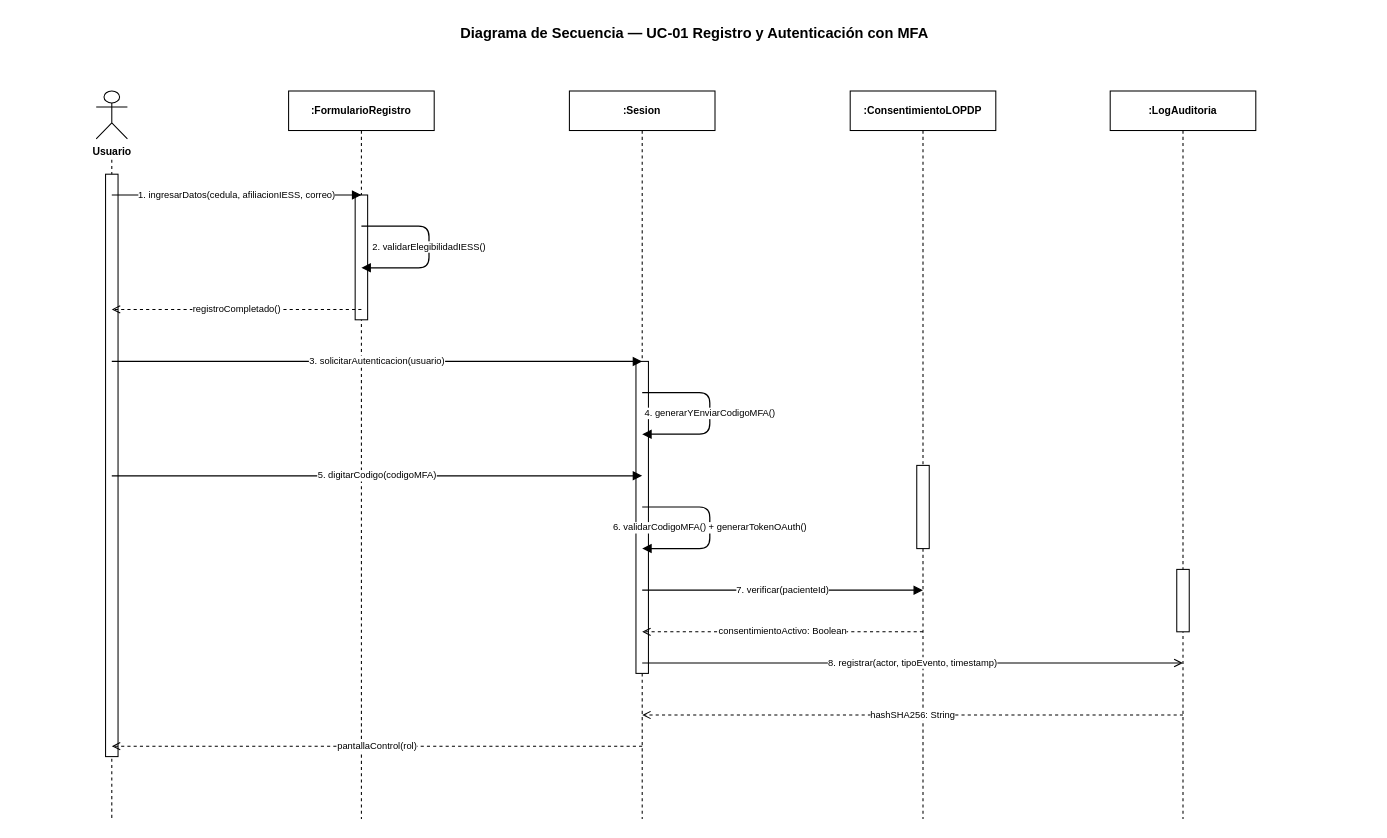
The draw.io diagram new/SAMR_Diagramas_Secuencia_v2/Seq_UC01_Registro_MFA.drawio in juliouou/IngReq1, before the edit. Source tidied: cells renumbered, new cells numbered last; positions are measured from the earlier drawing's top-left corner, leaving out a move shared by most shapes. Both pictures are drawn from the tidied source at 104%, with x=0, y=0 at pixel (18, 18).
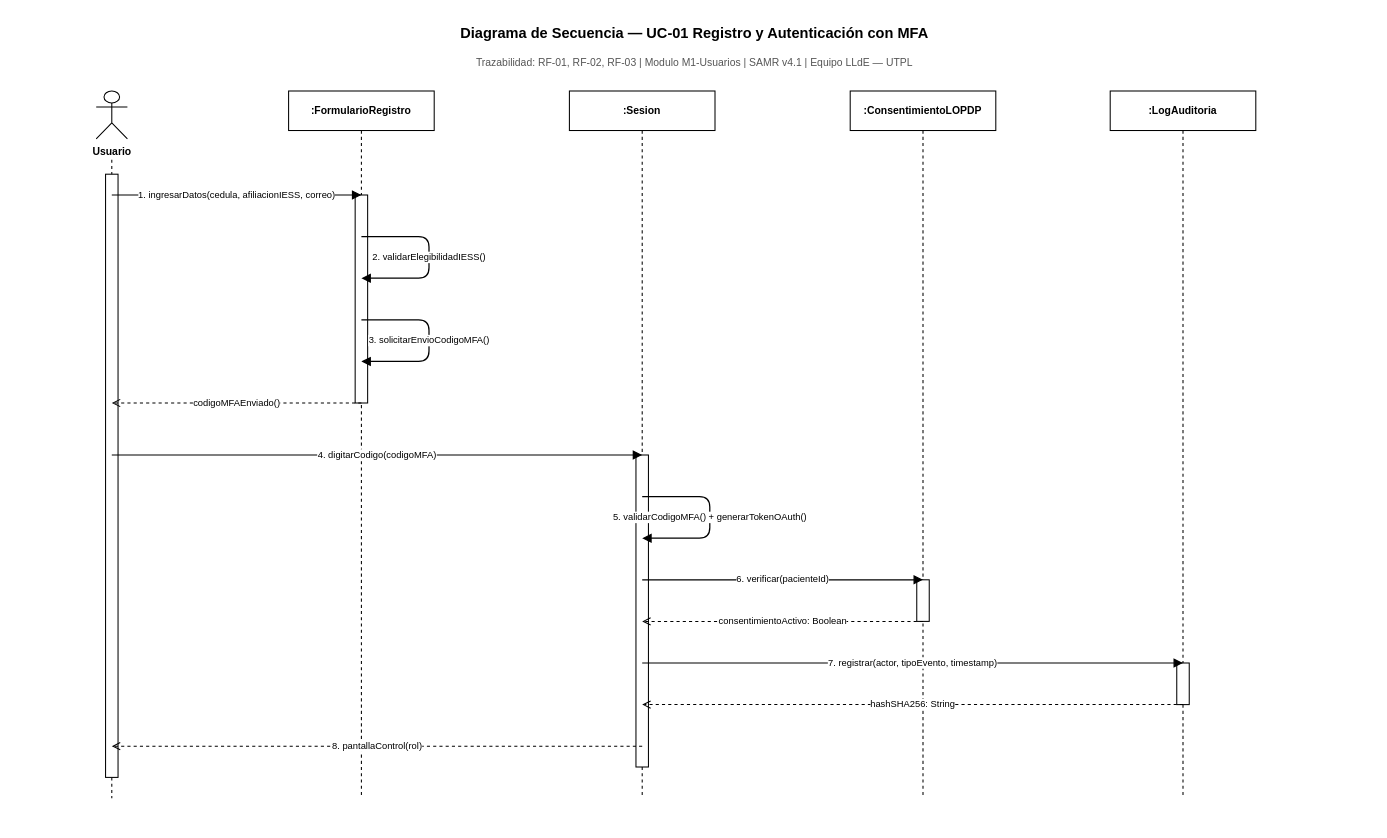
After the change.

Change to the diagram source:
```diff
@@
+    <mxCell id="31" value="Trazabilidad: RF-01, RF-02, RF-03 | Modulo M1-Usuarios | SAMR v4.1 | Equipo LLdE — UTPL" style="text;html=1;align=center;fontSize=10;fontColor=#555555;strokeColor=none;fillColor=none;" parent="1" vertex="1">
+      <mxGeometry y="30" width="1300" height="18" as="geometry" />
+    </mxCell>
@@
-    <mxCell id="5" style="html=1;strokeColor=#000000;dashed=1;endArrow=none;startArrow=none;" parent="1" edge="1">
-      <mxGeometry relative="1" as="geometry">
-        <mxPoint x="90" y="136" as="sourcePoint" />
-        <mxPoint x="90" y="770" as="targetPoint" />
-      </mxGeometry>
-    </mxCell>
+    <mxCell id="32" style="html=1;strokeColor=#000000;dashed=1;endArrow=none;startArrow=none;" parent="1" edge="1">
+      <mxGeometry relative="1" as="geometry">
+        <mxPoint x="90" y="136" as="sourcePoint" />
+        <mxPoint x="90" y="750" as="targetPoint" />
+      </mxGeometry>
+    </mxCell>
@@
-    <mxCell id="7" style="html=1;strokeColor=#000000;dashed=1;endArrow=none;startArrow=none;" parent="1" edge="1">
-      <mxGeometry relative="1" as="geometry">
-        <mxPoint x="330" y="108" as="sourcePoint" />
-        <mxPoint x="330" y="770" as="targetPoint" />
-      </mxGeometry>
-    </mxCell>
+    <mxCell id="33" style="html=1;strokeColor=#000000;dashed=1;endArrow=none;startArrow=none;" parent="1" edge="1">
+      <mxGeometry relative="1" as="geometry">
+        <mxPoint x="330" y="108" as="sourcePoint" />
+        <mxPoint x="330" y="750" as="targetPoint" />
+      </mxGeometry>
+    </mxCell>
@@
-    <mxCell id="9" style="html=1;strokeColor=#000000;dashed=1;endArrow=none;startArrow=none;" parent="1" edge="1">
-      <mxGeometry relative="1" as="geometry">
-        <mxPoint x="600" y="108" as="sourcePoint" />
-        <mxPoint x="600" y="770" as="targetPoint" />
-      </mxGeometry>
-    </mxCell>
+    <mxCell id="34" style="html=1;strokeColor=#000000;dashed=1;endArrow=none;startArrow=none;" parent="1" edge="1">
+      <mxGeometry relative="1" as="geometry">
+        <mxPoint x="600" y="108" as="sourcePoint" />
+        <mxPoint x="600" y="750" as="targetPoint" />
+      </mxGeometry>
+    </mxCell>
@@
-    <mxCell id="11" style="html=1;strokeColor=#000000;dashed=1;endArrow=none;startArrow=none;" parent="1" edge="1">
-      <mxGeometry relative="1" as="geometry">
-        <mxPoint x="870" y="108" as="sourcePoint" />
-        <mxPoint x="870" y="770" as="targetPoint" />
-      </mxGeometry>
-    </mxCell>
+    <mxCell id="35" style="html=1;strokeColor=#000000;dashed=1;endArrow=none;startArrow=none;" parent="1" edge="1">
+      <mxGeometry relative="1" as="geometry">
+        <mxPoint x="870" y="108" as="sourcePoint" />
+        <mxPoint x="870" y="750" as="targetPoint" />
+      </mxGeometry>
+    </mxCell>
@@
-    <mxCell id="13" style="html=1;strokeColor=#000000;dashed=1;endArrow=none;startArrow=none;" parent="1" edge="1">
-      <mxGeometry relative="1" as="geometry">
-        <mxPoint x="1120" y="108" as="sourcePoint" />
-        <mxPoint x="1120" y="770" as="targetPoint" />
-      </mxGeometry>
-    </mxCell>
-    <mxCell id="14" style="html=1;fillColor=#FFFFFF;strokeColor=#000000;" parent="1" vertex="1">
-      <mxGeometry x="84" y="150" width="12" height="560" as="geometry" />
-    </mxCell>
-    <mxCell id="15" style="html=1;fillColor=#FFFFFF;strokeColor=#000000;" parent="1" vertex="1">
-      <mxGeometry x="324" y="170" width="12" height="120" as="geometry" />
-    </mxCell>
-    <mxCell id="16" style="html=1;fillColor=#FFFFFF;strokeColor=#000000;" parent="1" vertex="1">
-      <mxGeometry x="594" y="330" width="12" height="300" as="geometry" />
-    </mxCell>
-    <mxCell id="17" style="html=1;fillColor=#FFFFFF;strokeColor=#000000;" parent="1" vertex="1">
-      <mxGeometry x="864" y="430" width="12" height="80" as="geometry" />
-    </mxCell>
-    <mxCell id="18" style="html=1;fillColor=#FFFFFF;strokeColor=#000000;" parent="1" vertex="1">
-      <mxGeometry x="1114" y="530" width="12" height="60" as="geometry" />
-    </mxCell>
+    <mxCell id="36" style="html=1;strokeColor=#000000;dashed=1;endArrow=none;startArrow=none;" parent="1" edge="1">
+      <mxGeometry relative="1" as="geometry">
+        <mxPoint x="1120" y="108" as="sourcePoint" />
+        <mxPoint x="1120" y="750" as="targetPoint" />
+      </mxGeometry>
+    </mxCell>
+    <mxCell id="37" style="html=1;fillColor=#FFFFFF;strokeColor=#000000;" parent="1" vertex="1">
+      <mxGeometry x="84" y="150" width="12" height="580" as="geometry" />
+    </mxCell>
+    <mxCell id="38" style="html=1;fillColor=#FFFFFF;strokeColor=#000000;" parent="1" vertex="1">
+      <mxGeometry x="324" y="170" width="12" height="200" as="geometry" />
+    </mxCell>
+    <mxCell id="39" style="html=1;fillColor=#FFFFFF;strokeColor=#000000;" parent="1" vertex="1">
+      <mxGeometry x="594" y="420" width="12" height="300" as="geometry" />
+    </mxCell>
+    <mxCell id="40" style="html=1;fillColor=#FFFFFF;strokeColor=#000000;" parent="1" vertex="1">
+      <mxGeometry x="864" y="540" width="12" height="40" as="geometry" />
+    </mxCell>
+    <mxCell id="41" style="html=1;fillColor=#FFFFFF;strokeColor=#000000;" parent="1" vertex="1">
+      <mxGeometry x="1114" y="620" width="12" height="40" as="geometry" />
+    </mxCell>
@@
     <mxCell id="20" value="2. validarElegibilidadIESS()" style="endArrow=block;endFill=1;html=1;strokeColor=#000000;strokeWidth=1.2;fontSize=9;" parent="1" edge="1">
       <mxGeometry relative="1" as="geometry">
-        <mxPoint x="330" y="200" as="sourcePoint" />
-        <mxPoint x="330" y="240" as="targetPoint" />
+        <mxPoint x="330" y="210" as="sourcePoint" />
+        <mxPoint x="330" y="250" as="targetPoint" />
         <Array as="points">
-          <mxPoint x="395" y="200" />
-          <mxPoint x="395" y="240" />
+          <mxPoint x="395" y="210" />
+          <mxPoint x="395" y="250" />
         </Array>
       </mxGeometry>
     </mxCell>
-    <mxCell id="21" value="registroCompletado()" style="endArrow=open;endFill=0;dashed=1;html=1;strokeColor=#000000;strokeWidth=1;fontSize=9;" parent="1" edge="1">
-      <mxGeometry relative="1" as="geometry">
-        <mxPoint x="330" y="280" as="sourcePoint" />
-        <mxPoint x="90" y="280" as="targetPoint" />
-      </mxGeometry>
-    </mxCell>
-    <mxCell id="22" value="3. solicitarAutenticacion(usuario)" style="endArrow=block;endFill=1;html=1;strokeColor=#000000;strokeWidth=1.2;fontSize=9;" parent="1" edge="1">
-      <mxGeometry relative="1" as="geometry">
-        <mxPoint x="90" y="330" as="sourcePoint" />
-        <mxPoint x="600" y="330" as="targetPoint" />
-      </mxGeometry>
-    </mxCell>
-    <mxCell id="23" value="4. generarYEnviarCodigoMFA()" style="endArrow=block;endFill=1;html=1;strokeColor=#000000;strokeWidth=1.2;fontSize=9;" parent="1" edge="1">
-      <mxGeometry relative="1" as="geometry">
-        <mxPoint x="600" y="360" as="sourcePoint" />
-        <mxPoint x="600" y="400" as="targetPoint" />
-        <Array as="points">
-          <mxPoint x="665" y="360" />
-          <mxPoint x="665" y="400" />
-        </Array>
-      </mxGeometry>
-    </mxCell>
-    <mxCell id="24" value="5. digitarCodigo(codigoMFA)" style="endArrow=block;endFill=1;html=1;strokeColor=#000000;strokeWidth=1.2;fontSize=9;" parent="1" edge="1">
-      <mxGeometry relative="1" as="geometry">
-        <mxPoint x="90" y="440" as="sourcePoint" />
-        <mxPoint x="600" y="440" as="targetPoint" />
-      </mxGeometry>
-    </mxCell>
-    <mxCell id="25" value="6. validarCodigoMFA() + generarTokenOAuth()" style="endArrow=block;endFill=1;html=1;strokeColor=#000000;strokeWidth=1.2;fontSize=9;" parent="1" edge="1">
-      <mxGeometry relative="1" as="geometry">
-        <mxPoint x="600" y="470" as="sourcePoint" />
-        <mxPoint x="600" y="510" as="targetPoint" />
-        <Array as="points">
-          <mxPoint x="665" y="470" />
-          <mxPoint x="665" y="510" />
-        </Array>
-      </mxGeometry>
-    </mxCell>
-    <mxCell id="26" value="7. verificar(pacienteId)" style="endArrow=block;endFill=1;html=1;strokeColor=#000000;strokeWidth=1.2;fontSize=9;" parent="1" edge="1">
-      <mxGeometry relative="1" as="geometry">
-        <mxPoint x="600" y="550" as="sourcePoint" />
-        <mxPoint x="870" y="550" as="targetPoint" />
-      </mxGeometry>
-    </mxCell>
+    <mxCell id="42" value="3. solicitarEnvioCodigoMFA()" style="endArrow=block;endFill=1;html=1;strokeColor=#000000;strokeWidth=1.2;fontSize=9;" parent="1" edge="1">
+      <mxGeometry relative="1" as="geometry">
+        <mxPoint x="330" y="290" as="sourcePoint" />
+        <mxPoint x="330" y="330" as="targetPoint" />
+        <Array as="points">
+          <mxPoint x="395" y="290" />
+          <mxPoint x="395" y="330" />
+        </Array>
+      </mxGeometry>
+    </mxCell>
+    <mxCell id="43" value="codigoMFAEnviado()" style="endArrow=open;endFill=0;dashed=1;html=1;strokeColor=#000000;strokeWidth=1;fontSize=9;" parent="1" edge="1">
+      <mxGeometry relative="1" as="geometry">
+        <mxPoint x="330" y="370" as="sourcePoint" />
+        <mxPoint x="90" y="370" as="targetPoint" />
+      </mxGeometry>
+    </mxCell>
+    <mxCell id="44" value="4. digitarCodigo(codigoMFA)" style="endArrow=block;endFill=1;html=1;strokeColor=#000000;strokeWidth=1.2;fontSize=9;" parent="1" edge="1">
+      <mxGeometry relative="1" as="geometry">
+        <mxPoint x="90" y="420" as="sourcePoint" />
+        <mxPoint x="600" y="420" as="targetPoint" />
+      </mxGeometry>
+    </mxCell>
+    <mxCell id="45" value="5. validarCodigoMFA() + generarTokenOAuth()" style="endArrow=block;endFill=1;html=1;strokeColor=#000000;strokeWidth=1.2;fontSize=9;" parent="1" edge="1">
+      <mxGeometry relative="1" as="geometry">
+        <mxPoint x="600" y="460" as="sourcePoint" />
+        <mxPoint x="600" y="500" as="targetPoint" />
+        <Array as="points">
+          <mxPoint x="665" y="460" />
+          <mxPoint x="665" y="500" />
+        </Array>
+      </mxGeometry>
+    </mxCell>
+    <mxCell id="46" value="6. verificar(pacienteId)" style="endArrow=block;endFill=1;html=1;strokeColor=#000000;strokeWidth=1.2;fontSize=9;" parent="1" edge="1">
+      <mxGeometry relative="1" as="geometry">
+        <mxPoint x="600" y="540" as="sourcePoint" />
+        <mxPoint x="870" y="540" as="targetPoint" />
+      </mxGeometry>
+    </mxCell>
     <mxCell id="27" value="consentimientoActivo: Boolean" style="endArrow=open;endFill=0;dashed=1;html=1;strokeColor=#000000;strokeWidth=1;fontSize=9;" parent="1" edge="1">
       <mxGeometry relative="1" as="geometry">
-        <mxPoint x="870" y="590" as="sourcePoint" />
-        <mxPoint x="600" y="590" as="targetPoint" />
+        <mxPoint x="870" y="580" as="sourcePoint" />
+        <mxPoint x="600" y="580" as="targetPoint" />
       </mxGeometry>
     </mxCell>
-    <mxCell id="28" value="8. registrar(actor, tipoEvento, timestamp)" style="endArrow=open;endFill=0;html=1;strokeColor=#000000;strokeWidth=1.2;fontSize=9;" parent="1" edge="1">
-      <mxGeometry relative="1" as="geometry">
-        <mxPoint x="600" y="620" as="sourcePoint" />
-        <mxPoint x="1120" y="620" as="targetPoint" />
-      </mxGeometry>
-    </mxCell>
+    <mxCell id="47" value="7. registrar(actor, tipoEvento, timestamp)" style="endArrow=block;endFill=1;html=1;strokeColor=#000000;strokeWidth=1.2;fontSize=9;" parent="1" edge="1">
+      <mxGeometry relative="1" as="geometry">
+        <mxPoint x="600" y="620" as="sourcePoint" />
+        <mxPoint x="1120" y="620" as="targetPoint" />
+      </mxGeometry>
+    </mxCell>
     <mxCell id="29" value="hashSHA256: String" style="endArrow=open;endFill=0;dashed=1;html=1;strokeColor=#000000;strokeWidth=1;fontSize=9;" parent="1" edge="1">
       <mxGeometry relative="1" as="geometry">
-        <mxPoint x="1120" y="670" as="sourcePoint" />
-        <mxPoint x="600" y="670" as="targetPoint" />
+        <mxPoint x="1120" y="660" as="sourcePoint" />
+        <mxPoint x="600" y="660" as="targetPoint" />
       </mxGeometry>
     </mxCell>
-    <mxCell id="30" value="pantallaControl(rol)" style="endArrow=open;endFill=0;dashed=1;html=1;strokeColor=#000000;strokeWidth=1;fontSize=9;" parent="1" edge="1">
-      <mxGeometry relative="1" as="geometry">
-        <mxPoint x="600" y="700" as="sourcePoint" />
-        <mxPoint x="90" y="700" as="targetPoint" />
-      </mxGeometry>
-    </mxCell>
+    <mxCell id="48" value="8. pantallaControl(rol)" style="endArrow=open;endFill=0;dashed=1;html=1;strokeColor=#000000;strokeWidth=1;fontSize=9;" parent="1" edge="1">
+      <mxGeometry relative="1" as="geometry">
+        <mxPoint x="600" y="700" as="sourcePoint" />
+        <mxPoint x="90" y="700" as="targetPoint" />
+      </mxGeometry>
+    </mxCell>
```
